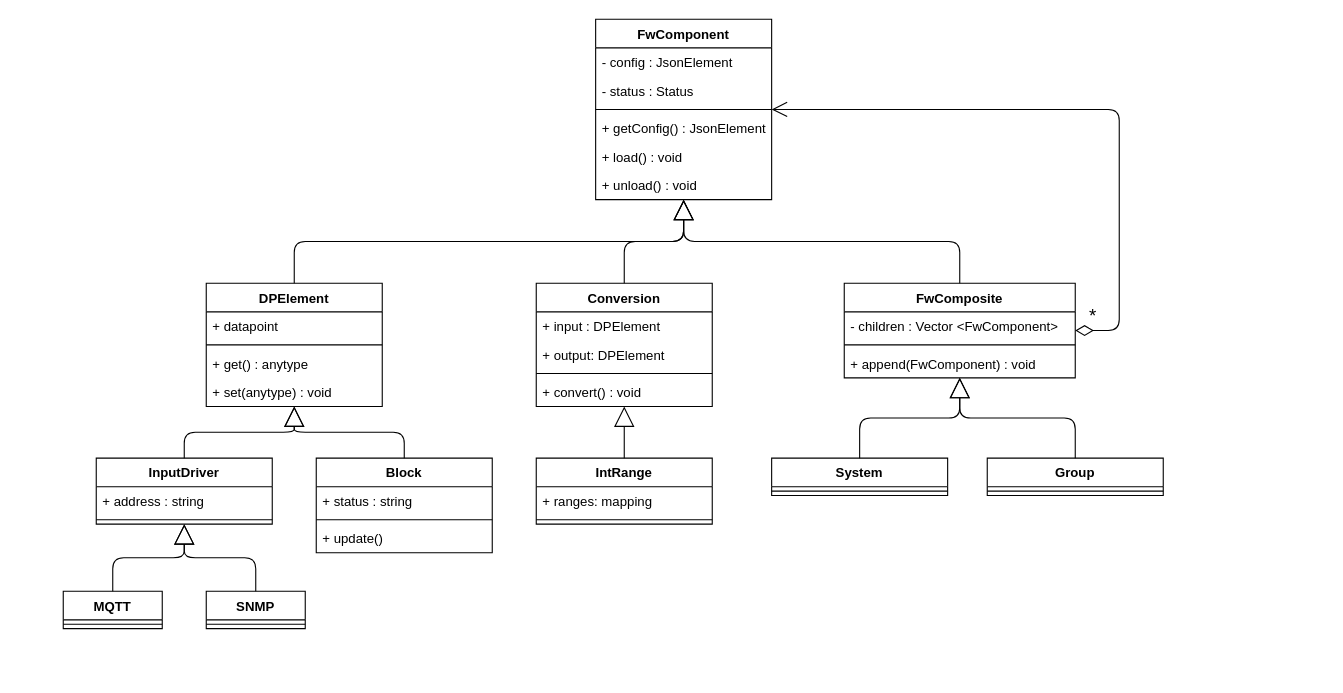
The draw.io diagram isup-ch-framework.drawio in YannCaron/SkyguideDiagrams, before the edit. Source tidied: cells renumbered, new cells numbered last; positions are measured from the earlier drawing's top-left corner, leaving out a move shared by most shapes. Both pictures are drawn from the tidied source at 110%, with x=0, y=0 at pixel (63, 19).
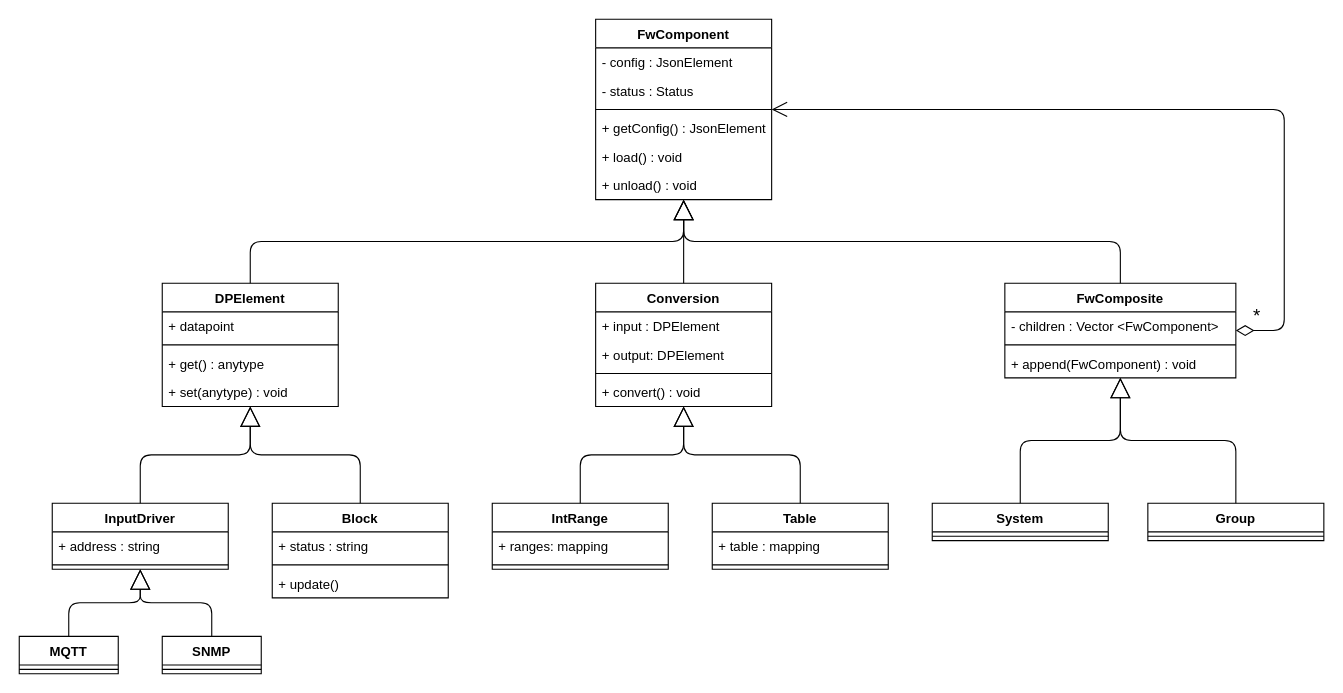
After the change.

The change refers to these unchanged cells:
```xml
<mxCell id="2" value="FwComponent" style="swimlane;fontStyle=1;align=center;verticalAlign=top;horizontal=1;startSize=26;" parent="1" vertex="1">
  <mxGeometry x="484" width="160" height="164" as="geometry" />
</mxCell>
```

Diff of the diagram source:
```diff
@@
     <mxCell id="9" value="FwComposite" style="swimlane;fontStyle=1;align=center;verticalAlign=top;horizontal=1;startSize=26;" parent="1" vertex="1">
-      <mxGeometry x="710" y="240" width="210" height="86" as="geometry" />
+      <mxGeometry x="856" y="240" width="210" height="86" as="geometry" />
     </mxCell>
@@
     <mxCell id="14" value="&lt;font style=&quot;font-size: 17px&quot;&gt;*&lt;/font&gt;" style="endArrow=open;html=1;endSize=12;startArrow=diamondThin;startSize=14;startFill=0;edgeStyle=orthogonalEdgeStyle;align=left;verticalAlign=bottom;exitX=1;exitY=0.5;exitDx=0;exitDy=0;entryX=1;entryY=0.5;entryDx=0;entryDy=0;" parent="1" edge="1" source="9" target="2">
       <mxGeometry x="-0.96" relative="1" as="geometry">
         <Array as="points">
-          <mxPoint x="960" y="283" />
-          <mxPoint x="960" y="82" />
+          <mxPoint x="1110" y="283" />
+          <mxPoint x="1110" y="82" />
         </Array>
       </mxGeometry>
     </mxCell>
     <mxCell id="15" value="System" style="swimlane;fontStyle=1;align=center;verticalAlign=top;horizontal=1;startSize=26;" parent="1" vertex="1">
-      <mxGeometry x="644" y="399" width="160" height="34" as="geometry" />
+      <mxGeometry x="790" y="440" width="160" height="34" as="geometry" />
     </mxCell>
@@
     <mxCell id="17" value="Group" style="swimlane;fontStyle=1;align=center;verticalAlign=top;horizontal=1;startSize=26;" parent="1" vertex="1">
-      <mxGeometry x="840" y="399" width="160" height="34" as="geometry" />
+      <mxGeometry x="986" y="440" width="160" height="34" as="geometry" />
     </mxCell>
@@
     <mxCell id="21" value="IntRange" style="swimlane;fontStyle=1;align=center;verticalAlign=top;horizontal=1;startSize=26;" parent="1" vertex="1">
-      <mxGeometry x="430" y="399" width="160" height="60" as="geometry" />
+      <mxGeometry x="390" y="440" width="160" height="60" as="geometry" />
     </mxCell>
@@
     <mxCell id="24" value="Conversion" style="swimlane;fontStyle=1;align=center;verticalAlign=top;horizontal=1;startSize=26;" parent="1" vertex="1">
-      <mxGeometry x="430" y="240" width="160" height="112" as="geometry" />
+      <mxGeometry x="484" y="240" width="160" height="112" as="geometry" />
     </mxCell>
@@
     <mxCell id="29" value="DPElement" style="swimlane;fontStyle=1;align=center;verticalAlign=top;horizontal=1;startSize=26;" parent="1" vertex="1">
-      <mxGeometry x="130" y="240" width="160" height="112" as="geometry" />
+      <mxGeometry x="90" y="240" width="160" height="112" as="geometry" />
     </mxCell>
@@
     <mxCell id="37" value="Block" style="swimlane;fontStyle=1;align=center;verticalAlign=top;horizontal=1;startSize=26;" parent="1" vertex="1">
-      <mxGeometry x="230" y="399" width="160" height="86" as="geometry" />
+      <mxGeometry x="190" y="440" width="160" height="86" as="geometry" />
     </mxCell>
@@
     <mxCell id="41" value="InputDriver" style="swimlane;fontStyle=1;align=center;verticalAlign=top;horizontal=1;startSize=26;" parent="1" vertex="1">
-      <mxGeometry x="30" y="399" width="160" height="60" as="geometry" />
+      <mxGeometry x="-10" y="440" width="160" height="60" as="geometry" />
     </mxCell>
@@
     <mxCell id="44" value="SNMP" style="swimlane;fontStyle=1;align=center;verticalAlign=top;horizontal=1;startSize=26;" parent="1" vertex="1">
-      <mxGeometry x="130" y="520" width="90" height="34" as="geometry" />
+      <mxGeometry x="90" y="561" width="90" height="34" as="geometry" />
     </mxCell>
@@
     <mxCell id="46" value="MQTT" style="swimlane;fontStyle=1;align=center;verticalAlign=top;horizontal=1;startSize=26;" parent="1" vertex="1">
-      <mxGeometry y="520" width="90" height="34" as="geometry" />
+      <mxGeometry x="-40" y="561" width="90" height="34" as="geometry" />
     </mxCell>
@@
+    <mxCell id="52" value="Table" style="swimlane;fontStyle=1;align=center;verticalAlign=top;horizontal=1;startSize=26;" parent="1" vertex="1">
+      <mxGeometry x="590" y="440" width="160" height="60" as="geometry" />
+    </mxCell>
+    <mxCell id="53" value="+ table : mapping" style="text;strokeColor=none;fillColor=none;align=left;verticalAlign=top;spacingLeft=4;spacingRight=4;overflow=hidden;" parent="52" vertex="1">
+      <mxGeometry y="26" width="160" height="26" as="geometry" />
+    </mxCell>
+    <mxCell id="54" style="line;strokeWidth=1;fillColor=none;align=left;verticalAlign=middle;spacingTop=-1;spacingLeft=3;spacingRight=3;labelPosition=right;" parent="52" vertex="1">
+      <mxGeometry y="52" width="160" height="8" as="geometry" />
+    </mxCell>
+    <mxCell id="55" style="endArrow=block;endSize=16;endFill=0;html=1;exitX=0.5;exitY=0;exitDx=0;exitDy=0;rounded=1;edgeStyle=orthogonalEdgeStyle;" parent="1" edge="1" source="52" target="24">
+      <mxGeometry relative="1" as="geometry" />
+    </mxCell>
```
